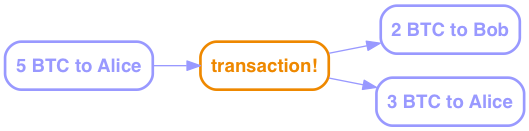
Above: img/transactions-1.png in bluegraybox/BTCSplain (Graphviz), before the change. Its source is kept beside it as img/transactions-1.gv.
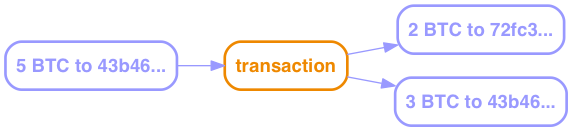
The same diagram one commit later.

Diff of the diagram source:
```diff
@@ -16,10 +16,10 @@
         # arrowsize=2,
         color="#9999ff",
     ];
-    "transaction!" [color="#ee8800", fontcolor="#ee8800"]
+    transaction [color="#ee8800", fontcolor="#ee8800"]
 
-    "5 BTC to Alice" -> "transaction!"
+    "5 BTC to 43b46..." -> transaction
 
-    "transaction!" -> "2 BTC to Bob"
-    "transaction!" -> "3 BTC to Alice"
+    transaction -> "2 BTC to 72fc3..."
+    transaction -> "3 BTC to 43b46..."
 }
```
